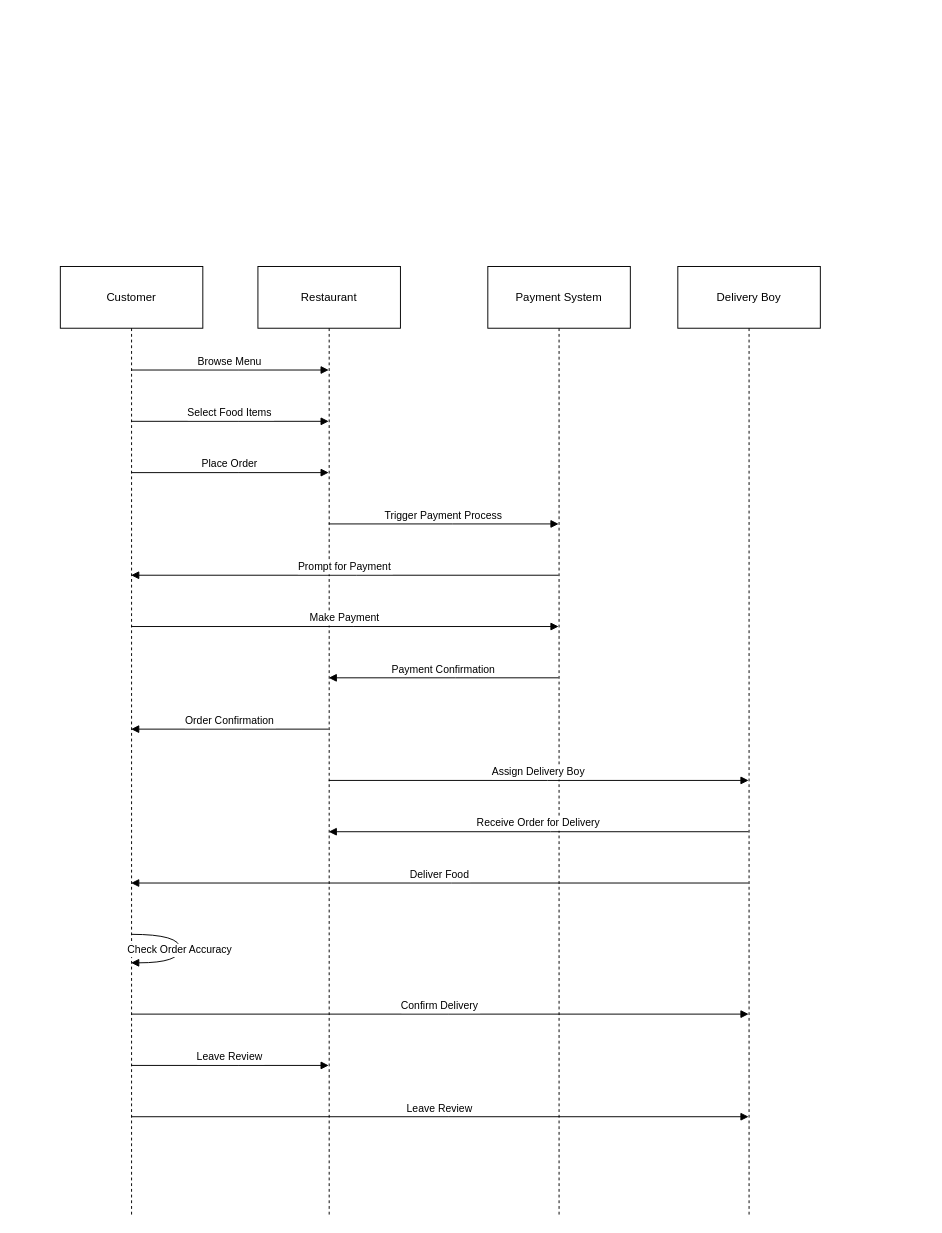
Before: Sequence prac.drawio in AbrarBb/University, a draw.io diagram. Source tidied: cells renumbered, new cells numbered last; positions are measured from the earlier drawing's top-left corner, leaving out a move shared by most shapes. Both pictures are drawn from the tidied source at 95%, with x=0, y=0 at pixel (60, 266).
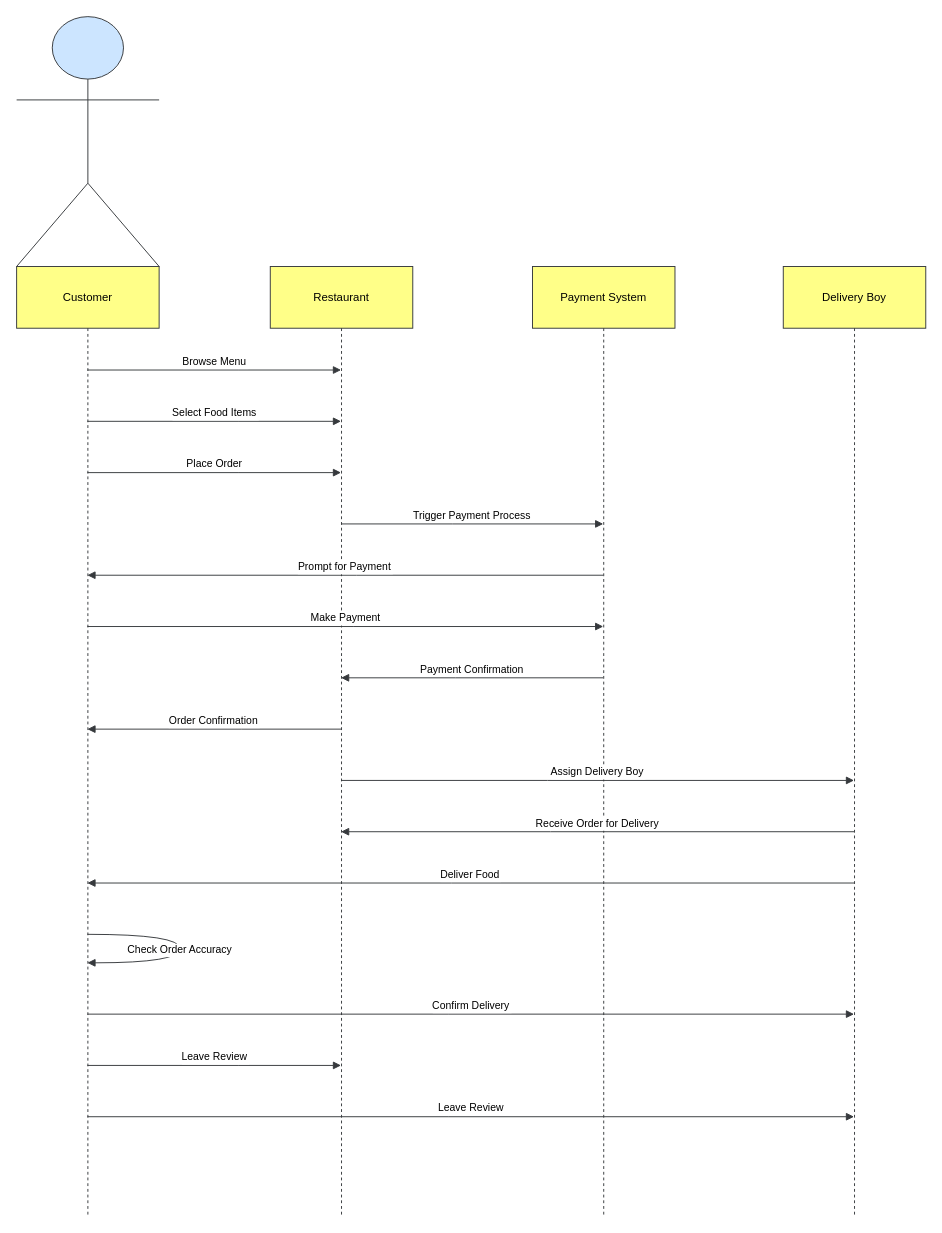
The same page after the edit.

What changed in the source:
```diff
@@
-    <mxCell id="2" value="Customer" style="shape=umlLifeline;perimeter=lifelinePerimeter;whiteSpace=wrap;outlineConnect=0;portConstraint=eastwest;newEdgeStyle={&quot;edgeStyle&quot;:&quot;elbowEdgeStyle&quot;,&quot;elbow&quot;:&quot;vertical&quot;,&quot;curved&quot;:0,&quot;rounded&quot;:0};size=65;" parent="1" vertex="1">
-      <mxGeometry width="150" height="1000" as="geometry" />
+    <mxCell id="2" value="Customer" style="shape=umlLifeline;perimeter=lifelinePerimeter;whiteSpace=wrap;outlineConnect=0;portConstraint=eastwest;newEdgeStyle={&quot;edgeStyle&quot;:&quot;elbowEdgeStyle&quot;,&quot;elbow&quot;:&quot;vertical&quot;,&quot;curved&quot;:0,&quot;rounded&quot;:0};size=65;fillColor=#ffff88;strokeColor=#36393d;" parent="1" vertex="1">
+      <mxGeometry x="-46" width="150" height="1000" as="geometry" />
     </mxCell>
-    <mxCell id="3" value="Restaurant" style="shape=umlLifeline;perimeter=lifelinePerimeter;whiteSpace=wrap;outlineConnect=0;portConstraint=eastwest;newEdgeStyle={&quot;edgeStyle&quot;:&quot;elbowEdgeStyle&quot;,&quot;elbow&quot;:&quot;vertical&quot;,&quot;curved&quot;:0,&quot;rounded&quot;:0};size=65;" parent="1" vertex="1">
-      <mxGeometry x="208" width="150" height="1000" as="geometry" />
+    <mxCell id="3" value="Restaurant" style="shape=umlLifeline;perimeter=lifelinePerimeter;whiteSpace=wrap;outlineConnect=0;portConstraint=eastwest;newEdgeStyle={&quot;edgeStyle&quot;:&quot;elbowEdgeStyle&quot;,&quot;elbow&quot;:&quot;vertical&quot;,&quot;curved&quot;:0,&quot;rounded&quot;:0};size=65;fillColor=#ffff88;strokeColor=#36393d;" parent="1" vertex="1">
+      <mxGeometry x="221" width="150" height="1000" as="geometry" />
     </mxCell>
-    <mxCell id="4" value="Payment System" style="shape=umlLifeline;perimeter=lifelinePerimeter;whiteSpace=wrap;outlineConnect=0;portConstraint=eastwest;newEdgeStyle={&quot;edgeStyle&quot;:&quot;elbowEdgeStyle&quot;,&quot;elbow&quot;:&quot;vertical&quot;,&quot;curved&quot;:0,&quot;rounded&quot;:0};size=65;" parent="1" vertex="1">
-      <mxGeometry x="450" width="150" height="1000" as="geometry" />
+    <mxCell id="4" value="Payment System" style="shape=umlLifeline;perimeter=lifelinePerimeter;whiteSpace=wrap;outlineConnect=0;portConstraint=eastwest;newEdgeStyle={&quot;edgeStyle&quot;:&quot;elbowEdgeStyle&quot;,&quot;elbow&quot;:&quot;vertical&quot;,&quot;curved&quot;:0,&quot;rounded&quot;:0};size=65;fillColor=#ffff88;strokeColor=#36393d;" parent="1" vertex="1">
+      <mxGeometry x="497" width="150" height="1000" as="geometry" />
     </mxCell>
-    <mxCell id="5" value="Delivery Boy" style="shape=umlLifeline;perimeter=lifelinePerimeter;whiteSpace=wrap;outlineConnect=0;portConstraint=eastwest;newEdgeStyle={&quot;edgeStyle&quot;:&quot;elbowEdgeStyle&quot;,&quot;elbow&quot;:&quot;vertical&quot;,&quot;curved&quot;:0,&quot;rounded&quot;:0};size=65;" parent="1" vertex="1">
-      <mxGeometry x="650" width="150" height="1000" as="geometry" />
+    <mxCell id="5" value="Delivery Boy" style="shape=umlLifeline;perimeter=lifelinePerimeter;whiteSpace=wrap;outlineConnect=0;portConstraint=eastwest;newEdgeStyle={&quot;edgeStyle&quot;:&quot;elbowEdgeStyle&quot;,&quot;elbow&quot;:&quot;vertical&quot;,&quot;curved&quot;:0,&quot;rounded&quot;:0};size=65;fillColor=#ffff88;strokeColor=#36393d;" parent="1" vertex="1">
+      <mxGeometry x="761" width="150" height="1000" as="geometry" />
     </mxCell>
-    <mxCell id="6" value="Browse Menu" style="verticalAlign=bottom;edgeStyle=elbowEdgeStyle;elbow=vertical;curved=0;rounded=0;endArrow=block;" parent="1" edge="1" source="2" target="3">
+    <mxCell id="6" value="Browse Menu" style="verticalAlign=bottom;edgeStyle=elbowEdgeStyle;elbow=vertical;curved=0;rounded=0;endArrow=block;fillColor=#ffff88;strokeColor=#36393d;" parent="1" edge="1" source="2" target="3">
       <mxGeometry relative="1" as="geometry">
         <Array as="points">
           <mxPoint x="188" y="109" />
         </Array>
       </mxGeometry>
     </mxCell>
-    <mxCell id="7" value="Select Food Items" style="verticalAlign=bottom;edgeStyle=elbowEdgeStyle;elbow=vertical;curved=0;rounded=0;endArrow=block;" parent="1" edge="1" source="2" target="3">
+    <mxCell id="7" value="Select Food Items" style="verticalAlign=bottom;edgeStyle=elbowEdgeStyle;elbow=vertical;curved=0;rounded=0;endArrow=block;fillColor=#ffff88;strokeColor=#36393d;" parent="1" edge="1" source="2" target="3">
       <mxGeometry relative="1" as="geometry">
         <Array as="points">
           <mxPoint x="188" y="163" />
         </Array>
       </mxGeometry>
     </mxCell>
-    <mxCell id="8" value="Place Order" style="verticalAlign=bottom;edgeStyle=elbowEdgeStyle;elbow=vertical;curved=0;rounded=0;endArrow=block;" parent="1" edge="1" source="2" target="3">
+    <mxCell id="8" value="Place Order" style="verticalAlign=bottom;edgeStyle=elbowEdgeStyle;elbow=vertical;curved=0;rounded=0;endArrow=block;fillColor=#ffff88;strokeColor=#36393d;" parent="1" edge="1" source="2" target="3">
       <mxGeometry relative="1" as="geometry">
         <Array as="points">
           <mxPoint x="188" y="217" />
         </Array>
       </mxGeometry>
     </mxCell>
-    <mxCell id="9" value="Trigger Payment Process" style="verticalAlign=bottom;edgeStyle=elbowEdgeStyle;elbow=vertical;curved=0;rounded=0;endArrow=block;" parent="1" edge="1" source="3" target="4">
+    <mxCell id="9" value="Trigger Payment Process" style="verticalAlign=bottom;edgeStyle=elbowEdgeStyle;elbow=vertical;curved=0;rounded=0;endArrow=block;fillColor=#ffff88;strokeColor=#36393d;" parent="1" edge="1" source="3" target="4">
       <mxGeometry relative="1" as="geometry">
         <Array as="points">
           <mxPoint x="413" y="271" />
         </Array>
       </mxGeometry>
     </mxCell>
-    <mxCell id="10" value="Prompt for Payment" style="verticalAlign=bottom;edgeStyle=elbowEdgeStyle;elbow=vertical;curved=0;rounded=0;endArrow=block;" parent="1" edge="1" source="4" target="2">
+    <mxCell id="10" value="Prompt for Payment" style="verticalAlign=bottom;edgeStyle=elbowEdgeStyle;elbow=vertical;curved=0;rounded=0;endArrow=block;fillColor=#ffff88;strokeColor=#36393d;" parent="1" edge="1" source="4" target="2">
       <mxGeometry relative="1" as="geometry">
         <Array as="points">
           <mxPoint x="312" y="325" />
         </Array>
       </mxGeometry>
     </mxCell>
-    <mxCell id="11" value="Make Payment" style="verticalAlign=bottom;edgeStyle=elbowEdgeStyle;elbow=vertical;curved=0;rounded=0;endArrow=block;" parent="1" edge="1" source="2" target="4">
+    <mxCell id="11" value="Make Payment" style="verticalAlign=bottom;edgeStyle=elbowEdgeStyle;elbow=vertical;curved=0;rounded=0;endArrow=block;fillColor=#ffff88;strokeColor=#36393d;" parent="1" edge="1" source="2" target="4">
       <mxGeometry relative="1" as="geometry">
         <Array as="points">
           <mxPoint x="309" y="379" />
         </Array>
       </mxGeometry>
     </mxCell>
-    <mxCell id="12" value="Payment Confirmation" style="verticalAlign=bottom;edgeStyle=elbowEdgeStyle;elbow=vertical;curved=0;rounded=0;endArrow=block;" parent="1" edge="1" source="4" target="3">
+    <mxCell id="12" value="Payment Confirmation" style="verticalAlign=bottom;edgeStyle=elbowEdgeStyle;elbow=vertical;curved=0;rounded=0;endArrow=block;fillColor=#ffff88;strokeColor=#36393d;" parent="1" edge="1" source="4" target="3">
       <mxGeometry relative="1" as="geometry">
         <Array as="points">
           <mxPoint x="416" y="433" />
         </Array>
       </mxGeometry>
     </mxCell>
-    <mxCell id="13" value="Order Confirmation" style="verticalAlign=bottom;edgeStyle=elbowEdgeStyle;elbow=vertical;curved=0;rounded=0;endArrow=block;" parent="1" edge="1" source="3" target="2">
+    <mxCell id="13" value="Order Confirmation" style="verticalAlign=bottom;edgeStyle=elbowEdgeStyle;elbow=vertical;curved=0;rounded=0;endArrow=block;fillColor=#ffff88;strokeColor=#36393d;" parent="1" edge="1" source="3" target="2">
       <mxGeometry relative="1" as="geometry">
         <Array as="points">
           <mxPoint x="191" y="487" />
         </Array>
       </mxGeometry>
     </mxCell>
-    <mxCell id="14" value="Assign Delivery Boy" style="verticalAlign=bottom;edgeStyle=elbowEdgeStyle;elbow=vertical;curved=0;rounded=0;endArrow=block;" parent="1" edge="1" source="3" target="5">
+    <mxCell id="14" value="Assign Delivery Boy" style="verticalAlign=bottom;edgeStyle=elbowEdgeStyle;elbow=vertical;curved=0;rounded=0;endArrow=block;fillColor=#ffff88;strokeColor=#36393d;" parent="1" edge="1" source="3" target="5">
       <mxGeometry relative="1" as="geometry">
         <Array as="points">
           <mxPoint x="513" y="541" />
         </Array>
       </mxGeometry>
     </mxCell>
-    <mxCell id="15" value="Receive Order for Delivery" style="verticalAlign=bottom;edgeStyle=elbowEdgeStyle;elbow=vertical;curved=0;rounded=0;endArrow=block;" parent="1" edge="1" source="5" target="3">
+    <mxCell id="15" value="Receive Order for Delivery" style="verticalAlign=bottom;edgeStyle=elbowEdgeStyle;elbow=vertical;curved=0;rounded=0;endArrow=block;fillColor=#ffff88;strokeColor=#36393d;" parent="1" edge="1" source="5" target="3">
       <mxGeometry relative="1" as="geometry">
         <Array as="points">
           <mxPoint x="516" y="595" />
         </Array>
       </mxGeometry>
     </mxCell>
-    <mxCell id="16" value="Deliver Food" style="verticalAlign=bottom;edgeStyle=elbowEdgeStyle;elbow=vertical;curved=0;rounded=0;endArrow=block;" parent="1" edge="1" source="5" target="2">
+    <mxCell id="16" value="Deliver Food" style="verticalAlign=bottom;edgeStyle=elbowEdgeStyle;elbow=vertical;curved=0;rounded=0;endArrow=block;fillColor=#ffff88;strokeColor=#36393d;" parent="1" edge="1" source="5" target="2">
       <mxGeometry relative="1" as="geometry">
         <Array as="points">
           <mxPoint x="412" y="649" />
         </Array>
       </mxGeometry>
     </mxCell>
-    <mxCell id="17" value="Check Order Accuracy" style="curved=1;endArrow=block;" parent="1" edge="1" source="2" target="2">
+    <mxCell id="17" value="Check Order Accuracy" style="curved=1;endArrow=block;fillColor=#ffff88;strokeColor=#36393d;" parent="1" edge="1" source="2" target="2">
       <mxGeometry relative="1" as="geometry">
         <Array as="points">
           <mxPoint x="126" y="703" />
           <mxPoint x="126" y="733" />
         </Array>
       </mxGeometry>
     </mxCell>
-    <mxCell id="18" value="Confirm Delivery" style="verticalAlign=bottom;edgeStyle=elbowEdgeStyle;elbow=vertical;curved=0;rounded=0;endArrow=block;" parent="1" edge="1" source="2" target="5">
+    <mxCell id="18" value="Confirm Delivery" style="verticalAlign=bottom;edgeStyle=elbowEdgeStyle;elbow=vertical;curved=0;rounded=0;endArrow=block;fillColor=#ffff88;strokeColor=#36393d;" parent="1" edge="1" source="2" target="5">
       <mxGeometry relative="1" as="geometry">
         <Array as="points">
           <mxPoint x="409" y="787" />
         </Array>
       </mxGeometry>
     </mxCell>
-    <mxCell id="19" value="Leave Review" style="verticalAlign=bottom;edgeStyle=elbowEdgeStyle;elbow=vertical;curved=0;rounded=0;endArrow=block;" parent="1" edge="1" source="2" target="3">
+    <mxCell id="19" value="Leave Review" style="verticalAlign=bottom;edgeStyle=elbowEdgeStyle;elbow=vertical;curved=0;rounded=0;endArrow=block;fillColor=#ffff88;strokeColor=#36393d;" parent="1" edge="1" source="2" target="3">
       <mxGeometry relative="1" as="geometry">
         <Array as="points">
           <mxPoint x="188" y="841" />
         </Array>
       </mxGeometry>
     </mxCell>
-    <mxCell id="20" value="Leave Review" style="verticalAlign=bottom;edgeStyle=elbowEdgeStyle;elbow=vertical;curved=0;rounded=0;endArrow=block;" parent="1" edge="1" source="2" target="5">
+    <mxCell id="20" value="Leave Review" style="verticalAlign=bottom;edgeStyle=elbowEdgeStyle;elbow=vertical;curved=0;rounded=0;endArrow=block;fillColor=#ffff88;strokeColor=#36393d;" parent="1" edge="1" source="2" target="5">
       <mxGeometry relative="1" as="geometry">
         <Array as="points">
           <mxPoint x="409" y="895" />
         </Array>
       </mxGeometry>
     </mxCell>
+    <mxCell id="21" style="shape=umlActor;verticalLabelPosition=bottom;verticalAlign=top;html=1;fillColor=#cce5ff;strokeColor=#36393d;" parent="1" vertex="1">
+      <mxGeometry x="-46" y="-263" width="150" height="263" as="geometry" />
+    </mxCell>
```
